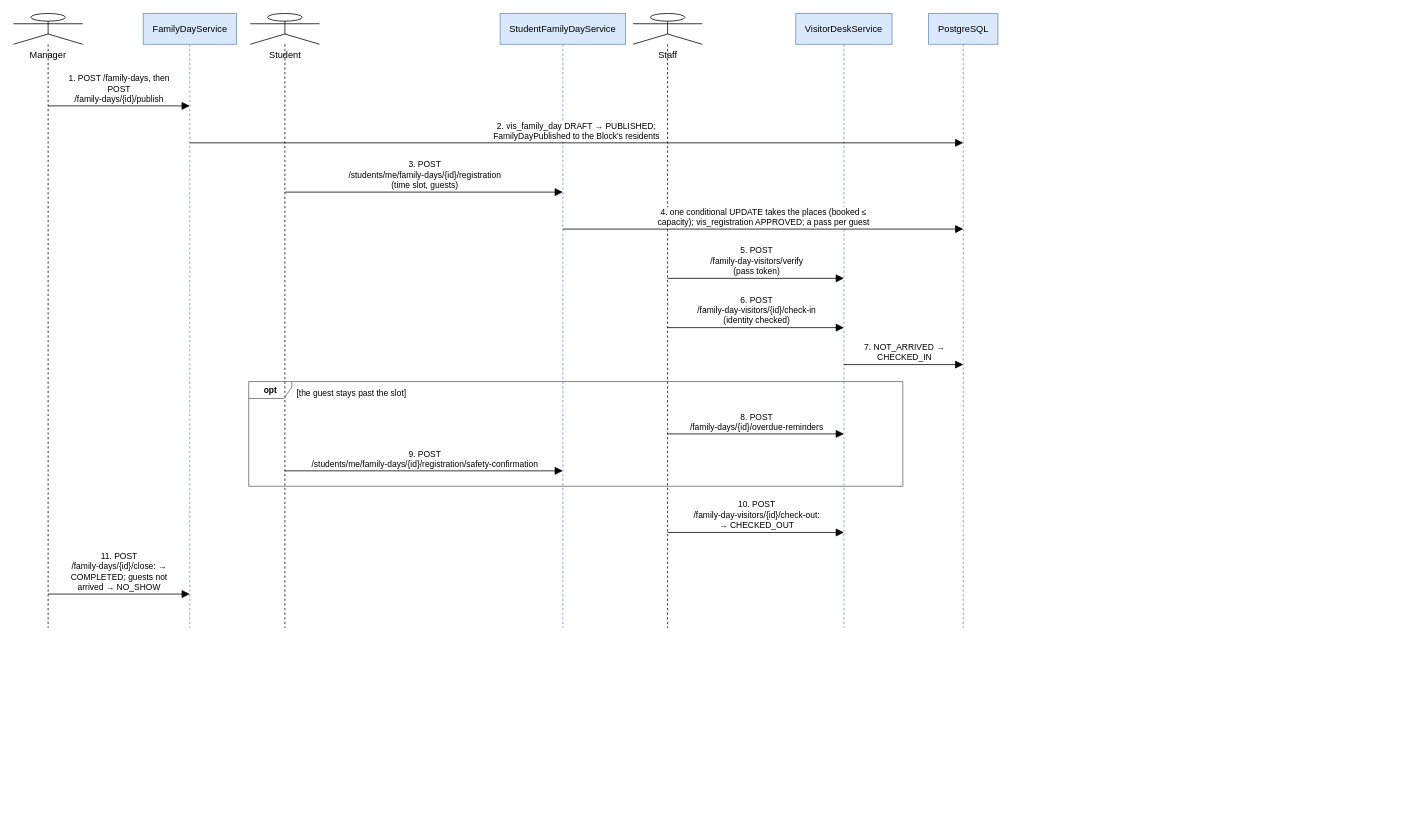
Before: docs/Diagrams/07_Sequence/seq-18-family-day.drawio in tisou47/CampusStay-FPT, a draw.io diagram. Source tidied: cells renumbered, new cells numbered last; positions are measured from the earlier drawing's top-left corner, leaving out a move shared by most shapes. Both pictures are drawn from the tidied source at 77%, with x=0, y=0 at pixel (13, 13).
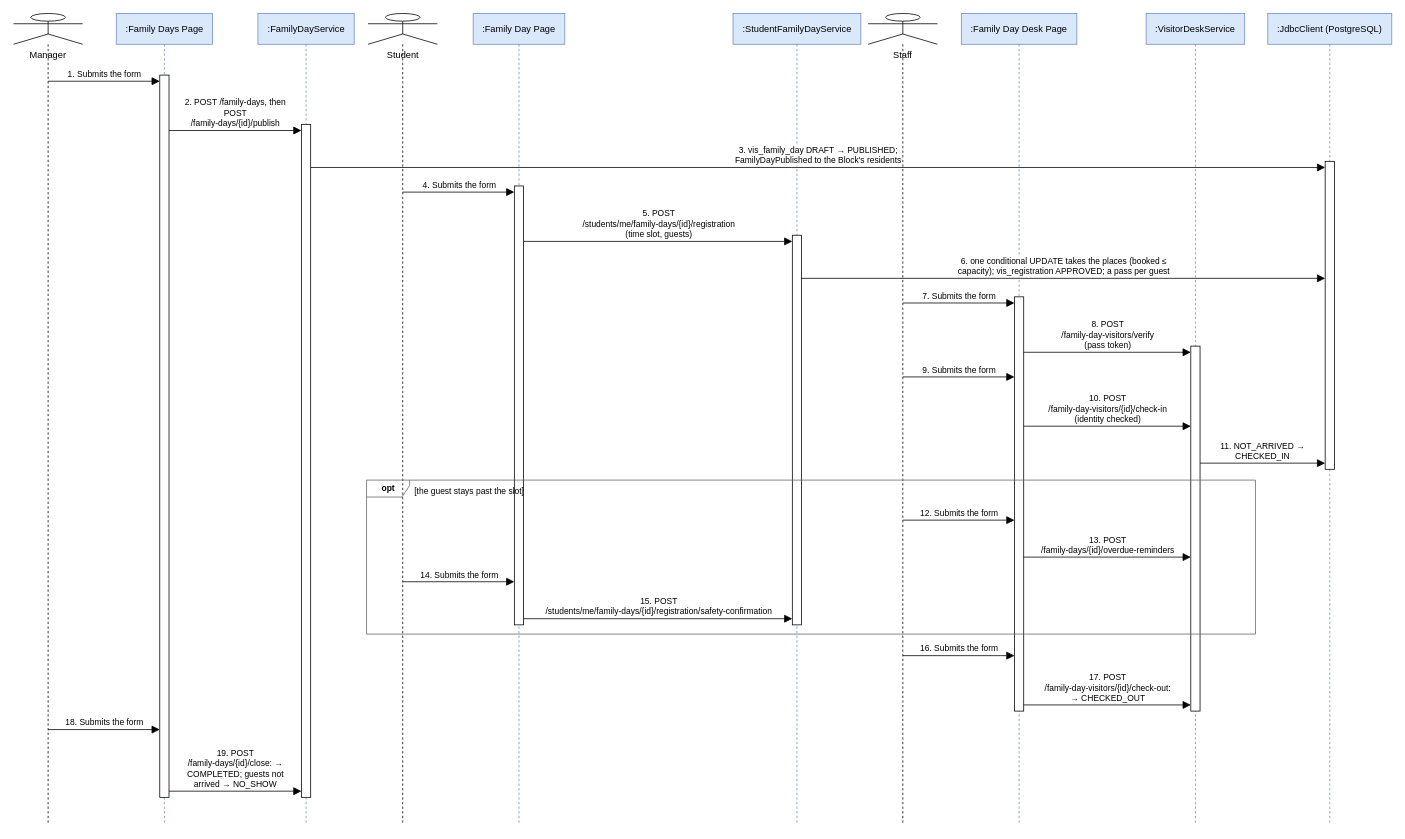
The same diagram, later.

Diff of the diagram source:
```diff
@@
     <mxCell id="2" value="Manager" style="shape=umlLifeline;participant=umlActor;perimeter=lifelinePerimeter;size=40;verticalAlign=top;spacingTop=40;html=1;whiteSpace=wrap;fontSize=12;fontFamily=Helvetica;" parent="1" vertex="1">
-      <mxGeometry width="90" height="798" as="geometry" />
+      <mxGeometry width="90" height="1054" as="geometry" />
     </mxCell>
+    <mxCell id="22" value=":Family Days Page" style="shape=umlLifeline;perimeter=lifelinePerimeter;size=40;html=1;whiteSpace=wrap;fontSize=12;fontFamily=Helvetica;fillColor=#dae8fc;strokeColor=#6c8ebf;" parent="1" vertex="1">
+      <mxGeometry x="133.5" width="125" height="1054" as="geometry" />
+    </mxCell>
-    <mxCell id="3" value="FamilyDayService" style="shape=umlLifeline;perimeter=lifelinePerimeter;size=40;html=1;whiteSpace=wrap;fontSize=12;fontFamily=Helvetica;fillColor=#dae8fc;strokeColor=#6c8ebf;" parent="1" vertex="1">
-      <mxGeometry x="168.5" width="121" height="798" as="geometry" />
+    <mxCell id="3" value=":FamilyDayService" style="shape=umlLifeline;perimeter=lifelinePerimeter;size=40;html=1;whiteSpace=wrap;fontSize=12;fontFamily=Helvetica;fillColor=#dae8fc;strokeColor=#6c8ebf;" parent="1" vertex="1">
+      <mxGeometry x="317.5" width="125" height="1054" as="geometry" />
     </mxCell>
     <mxCell id="4" value="Student" style="shape=umlLifeline;participant=umlActor;perimeter=lifelinePerimeter;size=40;verticalAlign=top;spacingTop=40;html=1;whiteSpace=wrap;fontSize=12;fontFamily=Helvetica;" parent="1" vertex="1">
-      <mxGeometry x="307.5" width="90" height="798" as="geometry" />
+      <mxGeometry x="460.5" width="90" height="1054" as="geometry" />
     </mxCell>
+    <mxCell id="23" value=":Family Day Page" style="shape=umlLifeline;perimeter=lifelinePerimeter;size=40;html=1;whiteSpace=wrap;fontSize=12;fontFamily=Helvetica;fillColor=#dae8fc;strokeColor=#6c8ebf;" parent="1" vertex="1">
+      <mxGeometry x="597" width="119" height="1054" as="geometry" />
+    </mxCell>
-    <mxCell id="5" value="StudentFamilyDayService" style="shape=umlLifeline;perimeter=lifelinePerimeter;size=40;html=1;whiteSpace=wrap;fontSize=12;fontFamily=Helvetica;fillColor=#dae8fc;strokeColor=#6c8ebf;" parent="1" vertex="1">
-      <mxGeometry x="632" width="163" height="798" as="geometry" />
+    <mxCell id="5" value=":StudentFamilyDayService" style="shape=umlLifeline;perimeter=lifelinePerimeter;size=40;html=1;whiteSpace=wrap;fontSize=12;fontFamily=Helvetica;fillColor=#dae8fc;strokeColor=#6c8ebf;" parent="1" vertex="1">
+      <mxGeometry x="934.5" width="166" height="1054" as="geometry" />
     </mxCell>
     <mxCell id="6" value="Staff" style="shape=umlLifeline;participant=umlActor;perimeter=lifelinePerimeter;size=40;verticalAlign=top;spacingTop=40;html=1;whiteSpace=wrap;fontSize=12;fontFamily=Helvetica;" parent="1" vertex="1">
-      <mxGeometry x="804.5" width="90" height="798" as="geometry" />
+      <mxGeometry x="1110" width="90" height="1054" as="geometry" />
     </mxCell>
+    <mxCell id="24" value=":Family Day Desk Page" style="shape=umlLifeline;perimeter=lifelinePerimeter;size=40;html=1;whiteSpace=wrap;fontSize=12;fontFamily=Helvetica;fillColor=#dae8fc;strokeColor=#6c8ebf;" parent="1" vertex="1">
+      <mxGeometry x="1231" width="150" height="1054" as="geometry" />
+    </mxCell>
-    <mxCell id="7" value="VisitorDeskService" style="shape=umlLifeline;perimeter=lifelinePerimeter;size=40;html=1;whiteSpace=wrap;fontSize=12;fontFamily=Helvetica;fillColor=#dae8fc;strokeColor=#6c8ebf;" parent="1" vertex="1">
-      <mxGeometry x="1016" width="125" height="798" as="geometry" />
+    <mxCell id="7" value=":VisitorDeskService" style="shape=umlLifeline;perimeter=lifelinePerimeter;size=40;html=1;whiteSpace=wrap;fontSize=12;fontFamily=Helvetica;fillColor=#dae8fc;strokeColor=#6c8ebf;" parent="1" vertex="1">
+      <mxGeometry x="1471" width="128" height="1054" as="geometry" />
     </mxCell>
-    <mxCell id="8" value="PostgreSQL" style="shape=umlLifeline;perimeter=lifelinePerimeter;size=40;html=1;whiteSpace=wrap;fontSize=12;fontFamily=Helvetica;fillColor=#dae8fc;strokeColor=#6c8ebf;" parent="1" vertex="1">
-      <mxGeometry x="1188.5" width="90" height="798" as="geometry" />
+    <mxCell id="8" value=":JdbcClient (PostgreSQL)" style="shape=umlLifeline;perimeter=lifelinePerimeter;size=40;html=1;whiteSpace=wrap;fontSize=12;fontFamily=Helvetica;fillColor=#dae8fc;strokeColor=#6c8ebf;" parent="1" vertex="1">
+      <mxGeometry x="1629" width="161" height="1054" as="geometry" />
     </mxCell>
-    <mxCell id="9" value="1. POST /family-days, then&lt;br&gt;POST&lt;br&gt;/family-days/{id}/publish" style="html=1;rounded=1;fontSize=11;fontFamily=Helvetica;labelBackgroundColor=#ffffff;verticalAlign=bottom;endArrow=block;endFill=1;endSize=8;" parent="1" edge="1">
-      <mxGeometry relative="1" as="geometry">
-        <mxPoint x="45" y="120" as="sourcePoint" />
-        <mxPoint x="229" y="120" as="targetPoint" />
-      </mxGeometry>
+    <mxCell id="9" style="rounded=0;whiteSpace=wrap;html=1;fillColor=#FFFFFF;strokeColor=#000000;" parent="1" vertex="1">
+      <mxGeometry x="190" y="80" width="12" height="938" as="geometry" />
     </mxCell>
-    <mxCell id="10" value="2. vis_family_day DRAFT → PUBLISHED;&lt;br&gt;FamilyDayPublished to the Block's residents" style="html=1;rounded=1;fontSize=11;fontFamily=Helvetica;labelBackgroundColor=#ffffff;verticalAlign=bottom;endArrow=block;endFill=1;endSize=8;" parent="1" edge="1">
-      <mxGeometry relative="1" as="geometry">
-        <mxPoint x="229" y="168" as="sourcePoint" />
-        <mxPoint x="1233.5" y="168" as="targetPoint" />
-      </mxGeometry>
+    <mxCell id="10" style="rounded=0;whiteSpace=wrap;html=1;fillColor=#FFFFFF;strokeColor=#000000;" parent="1" vertex="1">
+      <mxGeometry x="374" y="144" width="12" height="874" as="geometry" />
     </mxCell>
-    <mxCell id="11" value="3. POST&lt;br&gt;/students/me/family-days/{id}/registration&lt;br&gt;(time slot, guests)" style="html=1;rounded=1;fontSize=11;fontFamily=Helvetica;labelBackgroundColor=#ffffff;verticalAlign=bottom;endArrow=block;endFill=1;endSize=8;" parent="1" edge="1">
-      <mxGeometry relative="1" as="geometry">
-        <mxPoint x="352.5" y="232" as="sourcePoint" />
-        <mxPoint x="713.5" y="232" as="targetPoint" />
-      </mxGeometry>
+    <mxCell id="11" style="rounded=0;whiteSpace=wrap;html=1;fillColor=#FFFFFF;strokeColor=#000000;" parent="1" vertex="1">
+      <mxGeometry x="1703.5" y="192" width="12" height="400" as="geometry" />
     </mxCell>
-    <mxCell id="12" value="4. one conditional UPDATE takes the places (booked ≤&lt;br&gt;capacity); vis_registration APPROVED; a pass per guest" style="html=1;rounded=1;fontSize=11;fontFamily=Helvetica;labelBackgroundColor=#ffffff;verticalAlign=bottom;endArrow=block;endFill=1;endSize=8;" parent="1" edge="1">
-      <mxGeometry relative="1" as="geometry">
-        <mxPoint x="713.5" y="280" as="sourcePoint" />
-        <mxPoint x="1233.5" y="280" as="targetPoint" />
-      </mxGeometry>
+    <mxCell id="12" style="rounded=0;whiteSpace=wrap;html=1;fillColor=#FFFFFF;strokeColor=#000000;" parent="1" vertex="1">
+      <mxGeometry x="650.5" y="224" width="12" height="570" as="geometry" />
     </mxCell>
-    <mxCell id="13" value="5. POST&lt;br&gt;/family-day-visitors/verify&lt;br&gt;(pass token)" style="html=1;rounded=1;fontSize=11;fontFamily=Helvetica;labelBackgroundColor=#ffffff;verticalAlign=bottom;endArrow=block;endFill=1;endSize=8;" parent="1" edge="1">
-      <mxGeometry relative="1" as="geometry">
-        <mxPoint x="849.5" y="344" as="sourcePoint" />
-        <mxPoint x="1078.5" y="344" as="targetPoint" />
-      </mxGeometry>
+    <mxCell id="13" style="rounded=0;whiteSpace=wrap;html=1;fillColor=#FFFFFF;strokeColor=#000000;" parent="1" vertex="1">
+      <mxGeometry x="1011.5" y="288" width="12" height="506" as="geometry" />
     </mxCell>
-    <mxCell id="14" value="6. POST&lt;br&gt;/family-day-visitors/{id}/check-in&lt;br&gt;(identity checked)" style="html=1;rounded=1;fontSize=11;fontFamily=Helvetica;labelBackgroundColor=#ffffff;verticalAlign=bottom;endArrow=block;endFill=1;endSize=8;" parent="1" edge="1">
-      <mxGeometry relative="1" as="geometry">
-        <mxPoint x="849.5" y="408" as="sourcePoint" />
-        <mxPoint x="1078.5" y="408" as="targetPoint" />
-      </mxGeometry>
+    <mxCell id="14" style="rounded=0;whiteSpace=wrap;html=1;fillColor=#FFFFFF;strokeColor=#000000;" parent="1" vertex="1">
+      <mxGeometry x="1300" y="368" width="12" height="538" as="geometry" />
     </mxCell>
-    <mxCell id="15" value="7. NOT_ARRIVED →&lt;br&gt;CHECKED_IN" style="html=1;rounded=1;fontSize=11;fontFamily=Helvetica;labelBackgroundColor=#ffffff;verticalAlign=bottom;endArrow=block;endFill=1;endSize=8;" parent="1" edge="1">
-      <mxGeometry relative="1" as="geometry">
-        <mxPoint x="1078.5" y="456" as="sourcePoint" />
-        <mxPoint x="1233.5" y="456" as="targetPoint" />
-      </mxGeometry>
+    <mxCell id="15" style="rounded=0;whiteSpace=wrap;html=1;fillColor=#FFFFFF;strokeColor=#000000;" parent="1" vertex="1">
+      <mxGeometry x="1529" y="432" width="12" height="474" as="geometry" />
     </mxCell>
-    <mxCell id="16" value="8. POST&lt;br&gt;/family-days/{id}/overdue-reminders" style="html=1;rounded=1;fontSize=11;fontFamily=Helvetica;labelBackgroundColor=#ffffff;verticalAlign=bottom;endArrow=block;endFill=1;endSize=8;" parent="1" edge="1">
+    <mxCell id="16" value="1. Submits the form" style="html=1;rounded=1;fontSize=11;fontFamily=Helvetica;labelBackgroundColor=#ffffff;verticalAlign=bottom;endArrow=block;endFill=1;endSize=8;" parent="1" edge="1">
       <mxGeometry relative="1" as="geometry">
-        <mxPoint x="849.5" y="546" as="sourcePoint" />
-        <mxPoint x="1078.5" y="546" as="targetPoint" />
+        <mxPoint x="45" y="88" as="sourcePoint" />
+        <mxPoint x="190" y="88" as="targetPoint" />
       </mxGeometry>
     </mxCell>
-    <mxCell id="17" value="9. POST&lt;br&gt;/students/me/family-days/{id}/registration/safety-confirmation" style="html=1;rounded=1;fontSize=11;fontFamily=Helvetica;labelBackgroundColor=#ffffff;verticalAlign=bottom;endArrow=block;endFill=1;endSize=8;" parent="1" edge="1">
+    <mxCell id="17" value="2. POST /family-days, then&lt;br&gt;POST&lt;br&gt;/family-days/{id}/publish" style="html=1;rounded=1;fontSize=11;fontFamily=Helvetica;labelBackgroundColor=#ffffff;verticalAlign=bottom;endArrow=block;endFill=1;endSize=8;" parent="1" edge="1">
       <mxGeometry relative="1" as="geometry">
-        <mxPoint x="352.5" y="594" as="sourcePoint" />
-        <mxPoint x="713.5" y="594" as="targetPoint" />
+        <mxPoint x="202" y="152" as="sourcePoint" />
+        <mxPoint x="374" y="152" as="targetPoint" />
       </mxGeometry>
     </mxCell>
-    <mxCell id="18" value="opt" style="shape=umlFrame;whiteSpace=wrap;html=1;width=56;height=22;fontSize=11;fontStyle=1;fillColor=none;strokeColor=#666666;" parent="1" vertex="1">
-      <mxGeometry x="305.5" y="478" width="849.5" height="136" as="geometry" />
+    <mxCell id="18" value="3. vis_family_day DRAFT → PUBLISHED;&lt;br&gt;FamilyDayPublished to the Block's residents" style="html=1;rounded=1;fontSize=11;fontFamily=Helvetica;labelBackgroundColor=#ffffff;verticalAlign=bottom;endArrow=block;endFill=1;endSize=8;" parent="1" edge="1">
+      <mxGeometry relative="1" as="geometry">
+        <mxPoint x="386" y="200" as="sourcePoint" />
+        <mxPoint x="1703.5" y="200" as="targetPoint" />
+      </mxGeometry>
     </mxCell>
-    <mxCell id="19" value="[the guest stays past the slot]" style="text;html=1;whiteSpace=wrap;fontSize=12;fontFamily=Helvetica;align=left;verticalAlign=top;fillColor=none;strokeColor=none;fontSize=11;" parent="1" vertex="1">
-      <mxGeometry x="365.5" y="480" width="178.8" height="20" as="geometry" />
+    <mxCell id="19" value="4. Submits the form" style="html=1;rounded=1;fontSize=11;fontFamily=Helvetica;labelBackgroundColor=#ffffff;verticalAlign=bottom;endArrow=block;endFill=1;endSize=8;" parent="1" edge="1">
+      <mxGeometry relative="1" as="geometry">
+        <mxPoint x="505.5" y="232" as="sourcePoint" />
+        <mxPoint x="650.5" y="232" as="targetPoint" />
+      </mxGeometry>
     </mxCell>
-    <mxCell id="20" value="10. POST&lt;br&gt;/family-day-visitors/{id}/check-out:&lt;br&gt;→ CHECKED_OUT" style="html=1;rounded=1;fontSize=11;fontFamily=Helvetica;labelBackgroundColor=#ffffff;verticalAlign=bottom;endArrow=block;endFill=1;endSize=8;" parent="1" edge="1">
+    <mxCell id="20" value="5. POST&lt;br&gt;/students/me/family-days/{id}/registration&lt;br&gt;(time slot, guests)" style="html=1;rounded=1;fontSize=11;fontFamily=Helvetica;labelBackgroundColor=#ffffff;verticalAlign=bottom;endArrow=block;endFill=1;endSize=8;" parent="1" edge="1">
       <mxGeometry relative="1" as="geometry">
-        <mxPoint x="849.5" y="674" as="sourcePoint" />
-        <mxPoint x="1078.5" y="674" as="targetPoint" />
+        <mxPoint x="662.5" y="296" as="sourcePoint" />
+        <mxPoint x="1011.5" y="296" as="targetPoint" />
       </mxGeometry>
     </mxCell>
-    <mxCell id="21" value="11. POST&lt;br&gt;/family-days/{id}/close: →&lt;br&gt;COMPLETED; guests not&lt;br&gt;arrived → NO_SHOW" style="html=1;rounded=1;fontSize=11;fontFamily=Helvetica;labelBackgroundColor=#ffffff;verticalAlign=bottom;endArrow=block;endFill=1;endSize=8;" parent="1" edge="1">
+    <mxCell id="21" value="6. one conditional UPDATE takes the places (booked ≤&lt;br&gt;capacity); vis_registration APPROVED; a pass per guest" style="html=1;rounded=1;fontSize=11;fontFamily=Helvetica;labelBackgroundColor=#ffffff;verticalAlign=bottom;endArrow=block;endFill=1;endSize=8;" parent="1" edge="1">
       <mxGeometry relative="1" as="geometry">
-        <mxPoint x="45" y="754" as="sourcePoint" />
-        <mxPoint x="229" y="754" as="targetPoint" />
+        <mxPoint x="1023.5" y="344" as="sourcePoint" />
+        <mxPoint x="1703.5" y="344" as="targetPoint" />
       </mxGeometry>
     </mxCell>
+    <mxCell id="25" value="7. Submits the form" style="html=1;rounded=1;fontSize=11;fontFamily=Helvetica;labelBackgroundColor=#ffffff;verticalAlign=bottom;endArrow=block;endFill=1;endSize=8;" parent="1" edge="1">
+      <mxGeometry relative="1" as="geometry">
+        <mxPoint x="1155" y="376" as="sourcePoint" />
+        <mxPoint x="1300" y="376" as="targetPoint" />
+      </mxGeometry>
+    </mxCell>
+    <mxCell id="26" value="8. POST&lt;br&gt;/family-day-visitors/verify&lt;br&gt;(pass token)" style="html=1;rounded=1;fontSize=11;fontFamily=Helvetica;labelBackgroundColor=#ffffff;verticalAlign=bottom;endArrow=block;endFill=1;endSize=8;" parent="1" edge="1">
+      <mxGeometry relative="1" as="geometry">
+        <mxPoint x="1312" y="440" as="sourcePoint" />
+        <mxPoint x="1529" y="440" as="targetPoint" />
+      </mxGeometry>
+    </mxCell>
+    <mxCell id="27" value="9. Submits the form" style="html=1;rounded=1;fontSize=11;fontFamily=Helvetica;labelBackgroundColor=#ffffff;verticalAlign=bottom;endArrow=block;endFill=1;endSize=8;" parent="1" edge="1">
+      <mxGeometry relative="1" as="geometry">
+        <mxPoint x="1155" y="472" as="sourcePoint" />
+        <mxPoint x="1300" y="472" as="targetPoint" />
+      </mxGeometry>
+    </mxCell>
+    <mxCell id="28" value="10. POST&lt;br&gt;/family-day-visitors/{id}/check-in&lt;br&gt;(identity checked)" style="html=1;rounded=1;fontSize=11;fontFamily=Helvetica;labelBackgroundColor=#ffffff;verticalAlign=bottom;endArrow=block;endFill=1;endSize=8;" parent="1" edge="1">
+      <mxGeometry relative="1" as="geometry">
+        <mxPoint x="1312" y="536" as="sourcePoint" />
+        <mxPoint x="1529" y="536" as="targetPoint" />
+      </mxGeometry>
+    </mxCell>
+    <mxCell id="29" value="11. NOT_ARRIVED →&lt;br&gt;CHECKED_IN" style="html=1;rounded=1;fontSize=11;fontFamily=Helvetica;labelBackgroundColor=#ffffff;verticalAlign=bottom;endArrow=block;endFill=1;endSize=8;" parent="1" edge="1">
+      <mxGeometry relative="1" as="geometry">
+        <mxPoint x="1541" y="584" as="sourcePoint" />
+        <mxPoint x="1703.5" y="584" as="targetPoint" />
+      </mxGeometry>
+    </mxCell>
+    <mxCell id="30" value="12. Submits the form" style="html=1;rounded=1;fontSize=11;fontFamily=Helvetica;labelBackgroundColor=#ffffff;verticalAlign=bottom;endArrow=block;endFill=1;endSize=8;" parent="1" edge="1">
+      <mxGeometry relative="1" as="geometry">
+        <mxPoint x="1155" y="658" as="sourcePoint" />
+        <mxPoint x="1300" y="658" as="targetPoint" />
+      </mxGeometry>
+    </mxCell>
+    <mxCell id="31" value="13. POST&lt;br&gt;/family-days/{id}/overdue-reminders" style="html=1;rounded=1;fontSize=11;fontFamily=Helvetica;labelBackgroundColor=#ffffff;verticalAlign=bottom;endArrow=block;endFill=1;endSize=8;" parent="1" edge="1">
+      <mxGeometry relative="1" as="geometry">
+        <mxPoint x="1312" y="706" as="sourcePoint" />
+        <mxPoint x="1529" y="706" as="targetPoint" />
+      </mxGeometry>
+    </mxCell>
+    <mxCell id="32" value="14. Submits the form" style="html=1;rounded=1;fontSize=11;fontFamily=Helvetica;labelBackgroundColor=#ffffff;verticalAlign=bottom;endArrow=block;endFill=1;endSize=8;" parent="1" edge="1">
+      <mxGeometry relative="1" as="geometry">
+        <mxPoint x="505.5" y="738" as="sourcePoint" />
+        <mxPoint x="650.5" y="738" as="targetPoint" />
+      </mxGeometry>
+    </mxCell>
+    <mxCell id="33" value="15. POST&lt;br&gt;/students/me/family-days/{id}/registration/safety-confirmation" style="html=1;rounded=1;fontSize=11;fontFamily=Helvetica;labelBackgroundColor=#ffffff;verticalAlign=bottom;endArrow=block;endFill=1;endSize=8;" parent="1" edge="1">
+      <mxGeometry relative="1" as="geometry">
+        <mxPoint x="662.5" y="786" as="sourcePoint" />
+        <mxPoint x="1011.5" y="786" as="targetPoint" />
+      </mxGeometry>
+    </mxCell>
+    <mxCell id="34" value="opt" style="shape=umlFrame;whiteSpace=wrap;html=1;width=56;height=22;fontSize=11;fontStyle=1;fillColor=none;strokeColor=#666666;" parent="1" vertex="1">
+      <mxGeometry x="458.5" y="606" width="1154.5" height="200" as="geometry" />
+    </mxCell>
+    <mxCell id="35" value="[the guest stays past the slot]" style="text;html=1;whiteSpace=wrap;fontSize=12;fontFamily=Helvetica;align=left;verticalAlign=top;fillColor=none;strokeColor=none;fontSize=11;" parent="1" vertex="1">
+      <mxGeometry x="518.5" y="608" width="178.8" height="20" as="geometry" />
+    </mxCell>
+    <mxCell id="36" value="16. Submits the form" style="html=1;rounded=1;fontSize=11;fontFamily=Helvetica;labelBackgroundColor=#ffffff;verticalAlign=bottom;endArrow=block;endFill=1;endSize=8;" parent="1" edge="1">
+      <mxGeometry relative="1" as="geometry">
+        <mxPoint x="1155" y="834" as="sourcePoint" />
+        <mxPoint x="1300" y="834" as="targetPoint" />
+      </mxGeometry>
+    </mxCell>
+    <mxCell id="37" value="17. POST&lt;br&gt;/family-day-visitors/{id}/check-out:&lt;br&gt;→ CHECKED_OUT" style="html=1;rounded=1;fontSize=11;fontFamily=Helvetica;labelBackgroundColor=#ffffff;verticalAlign=bottom;endArrow=block;endFill=1;endSize=8;" parent="1" edge="1">
+      <mxGeometry relative="1" as="geometry">
+        <mxPoint x="1312" y="898" as="sourcePoint" />
+        <mxPoint x="1529" y="898" as="targetPoint" />
+      </mxGeometry>
+    </mxCell>
+    <mxCell id="38" value="18. Submits the form" style="html=1;rounded=1;fontSize=11;fontFamily=Helvetica;labelBackgroundColor=#ffffff;verticalAlign=bottom;endArrow=block;endFill=1;endSize=8;" parent="1" edge="1">
+      <mxGeometry relative="1" as="geometry">
+        <mxPoint x="45" y="930" as="sourcePoint" />
+        <mxPoint x="190" y="930" as="targetPoint" />
+      </mxGeometry>
+    </mxCell>
+    <mxCell id="39" value="19. POST&lt;br&gt;/family-days/{id}/close: →&lt;br&gt;COMPLETED; guests not&lt;br&gt;arrived → NO_SHOW" style="html=1;rounded=1;fontSize=11;fontFamily=Helvetica;labelBackgroundColor=#ffffff;verticalAlign=bottom;endArrow=block;endFill=1;endSize=8;" parent="1" edge="1">
+      <mxGeometry relative="1" as="geometry">
+        <mxPoint x="202" y="1010" as="sourcePoint" />
+        <mxPoint x="374" y="1010" as="targetPoint" />
+      </mxGeometry>
+    </mxCell>
```
